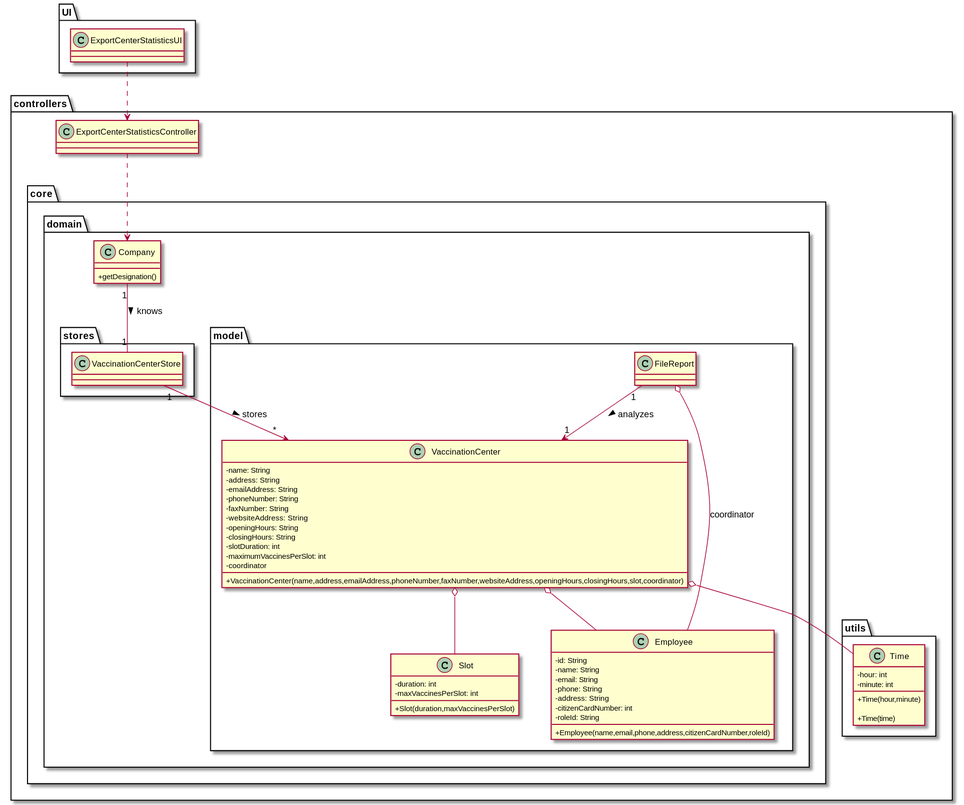
miseEnPlace-i/lapr2 keeps this PlantUML diagram as docs/SprintD/US15/CD/US15_CD.svg. Above is the earlier version. Source of this version:
```plantuml
@startuml US15_CD
skinparam classAttributeIconSize 0

package UI {
class ExportCenterStatisticsUI {}
}

package controllers {
     class ExportCenterStatisticsController {

     }

   package utils {
     class Time {
       - hour: int
       - minute: int
       +Time(hour,minute)

       +Time(time)
     }
   }


package core {
  package domain {

class Company {
    +getDesignation()
}

    package model {

class FileReport {}

class VaccinationCenter {
    - name: String
    - address: String
    - emailAddress: String
    - phoneNumber: String
    - faxNumber: String
    - websiteAddress: String
    - openingHours: String
    - closingHours: String
    - slotDuration: int
    - maximumVaccinesPerSlot: int
    - coordinator

    +VaccinationCenter(name,address,emailAddress,phoneNumber,faxNumber,websiteAddress,openingHours,closingHours,slot,coordinator)
}


class Employee {
    -id: String
    -name: String
    -email: String
    -phone: String
    -address: String
    -citizenCardNumber: int
    -roleId: String

    +Employee(name,email,phone,address,citizenCardNumber,roleId)
}

class Slot {
    -duration: int
    -maxVaccinesPerSlot: int

    +Slot(duration,maxVaccinesPerSlot)
}

}

package stores {
      class VaccinationCenterStore {}
      }
    }





ExportCenterStatisticsUI ..> ExportCenterStatisticsController

ExportCenterStatisticsController ..> Company

Company "1" -- "1" VaccinationCenterStore : knows >

VaccinationCenter o-- Employee
VaccinationCenter o-- Time
VaccinationCenter o-- Slot
Employee --o FileReport : coordinator
FileReport "1" --> "1" VaccinationCenter : analyzes >

VaccinationCenterStore "1" --> "*" VaccinationCenter : stores >
@enduml
```
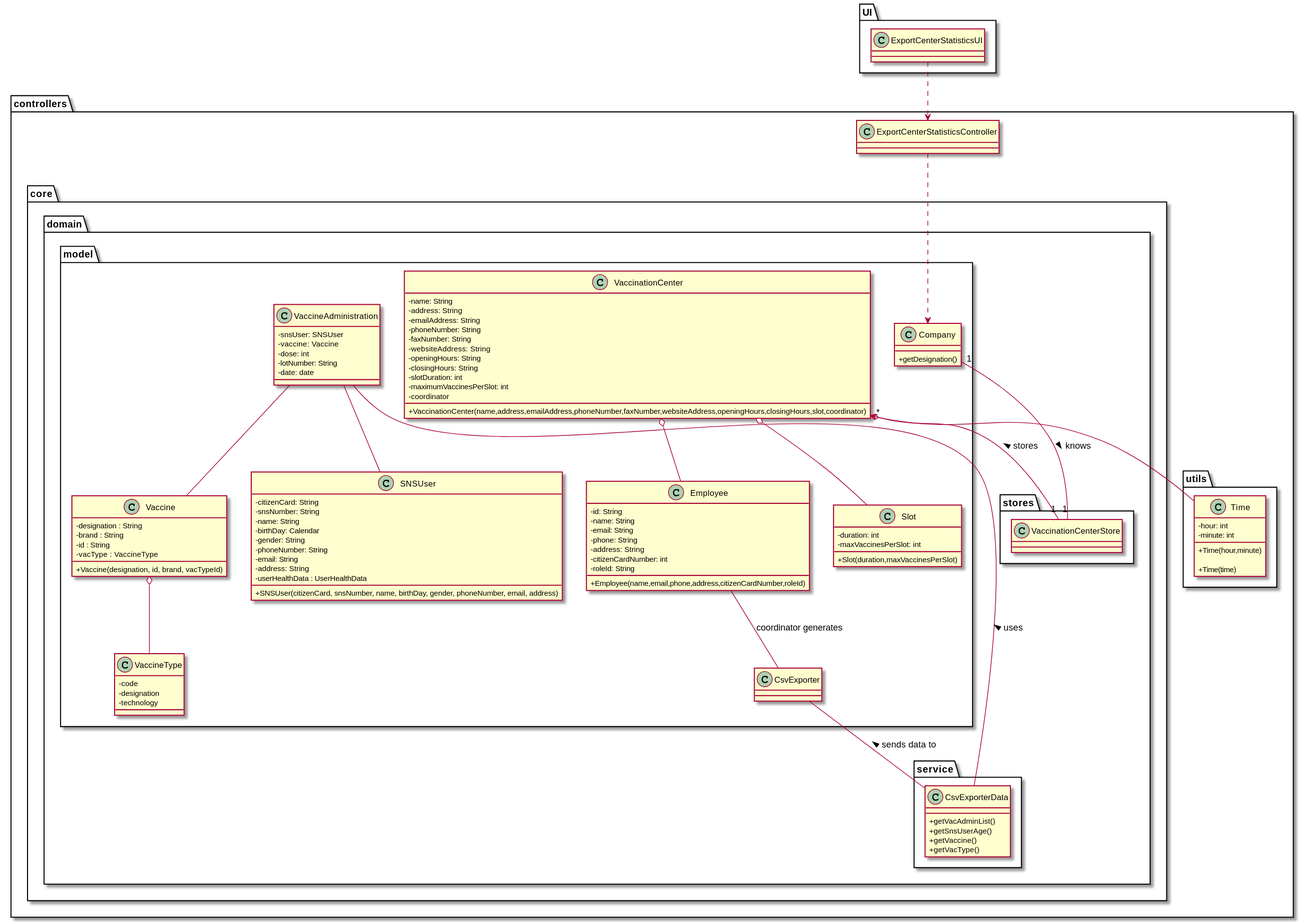
Above is the later version.

What changed in the source:
```diff
@@ -20,17 +20,34 @@
      }
    }
 
-
 package core {
   package domain {
+
+    package service {
+
+class CsvExporterData {
+    +getVacAdminList()
+    +getSnsUserAge()
+    +getVaccine()
+    +getVacType()
+    }
+}
+
+    package model {
+
+class CsvExporter {}
+
+class VaccineAdministration {
+  -snsUser: SNSUser
+  -vaccine: Vaccine
+  -dose: int
+  -lotNumber: String
+  -date: date
+}
 
 class Company {
     +getDesignation()
 }
-
-    package model {
-
-class FileReport {}
 
 class VaccinationCenter {
     - name: String
@@ -68,12 +85,41 @@
     +Slot(duration,maxVaccinesPerSlot)
 }
 
+class Vaccine {
+  -designation : String
+  -brand : String
+  -id : String
+  -vacType : VaccineType
+
+  +Vaccine(designation, id, brand, vacTypeId)
+}
+
+class VaccineType {
+  -code
+  -designation
+  -technology
+}
+
+class SNSUser {
+  - citizenCard: String
+  - snsNumber: String
+  - name: String
+  - birthDay: Calendar
+  - gender: String
+  - phoneNumber: String
+  - email: String
+  - address: String
+  - userHealthData : UserHealthData
+  + SNSUser(citizenCard, snsNumber, name, birthDay, gender, phoneNumber, email, address)
+}
+
+
 }
 
 package stores {
       class VaccinationCenterStore {}
       }
-    }
+}
 
 
 
@@ -88,8 +134,18 @@
 VaccinationCenter o-- Employee
 VaccinationCenter o-- Time
 VaccinationCenter o-- Slot
-Employee --o FileReport : coordinator
-FileReport "1" --> "1" VaccinationCenter : analyzes >
+
+Vaccine o-- VaccineType
+
+VaccineAdministration -- Vaccine
+VaccineAdministration -- SNSUser
+
+CsvExporterData -- VaccineAdministration : uses >
+
+CsvExporter -- CsvExporterData : sends data to <
+
+Employee -- CsvExporter : coordinator generates
+
 
 VaccinationCenterStore "1" --> "*" VaccinationCenter : stores >
 @enduml
```
